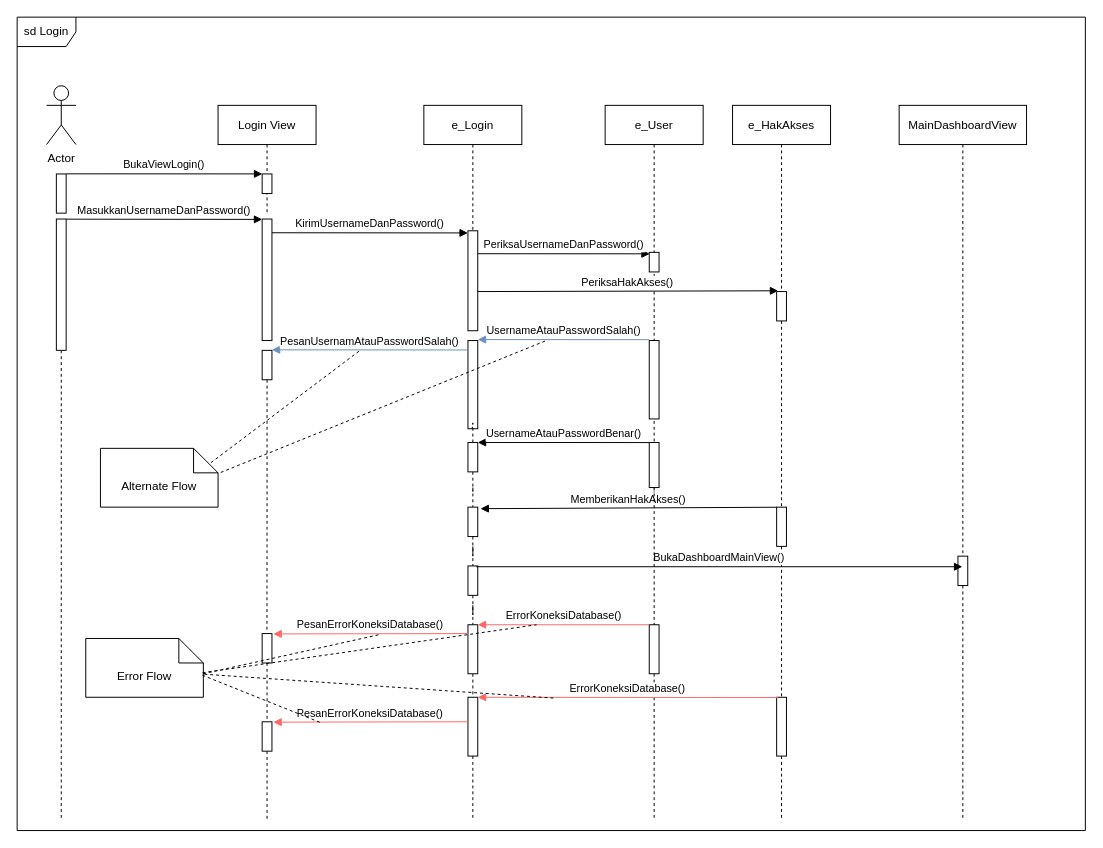
The draw.io diagram page "Login" (1 of 4) of Diagram Tanpa Judul.drawio in juanangelaalma/uml, before the edit. Source tidied: cells renumbered, new cells numbered last; positions are measured from the earlier drawing's top-left corner, leaving out a move shared by most shapes. Both pictures are drawn from the tidied source at 98%, with x=0, y=0 at pixel (17, 17).
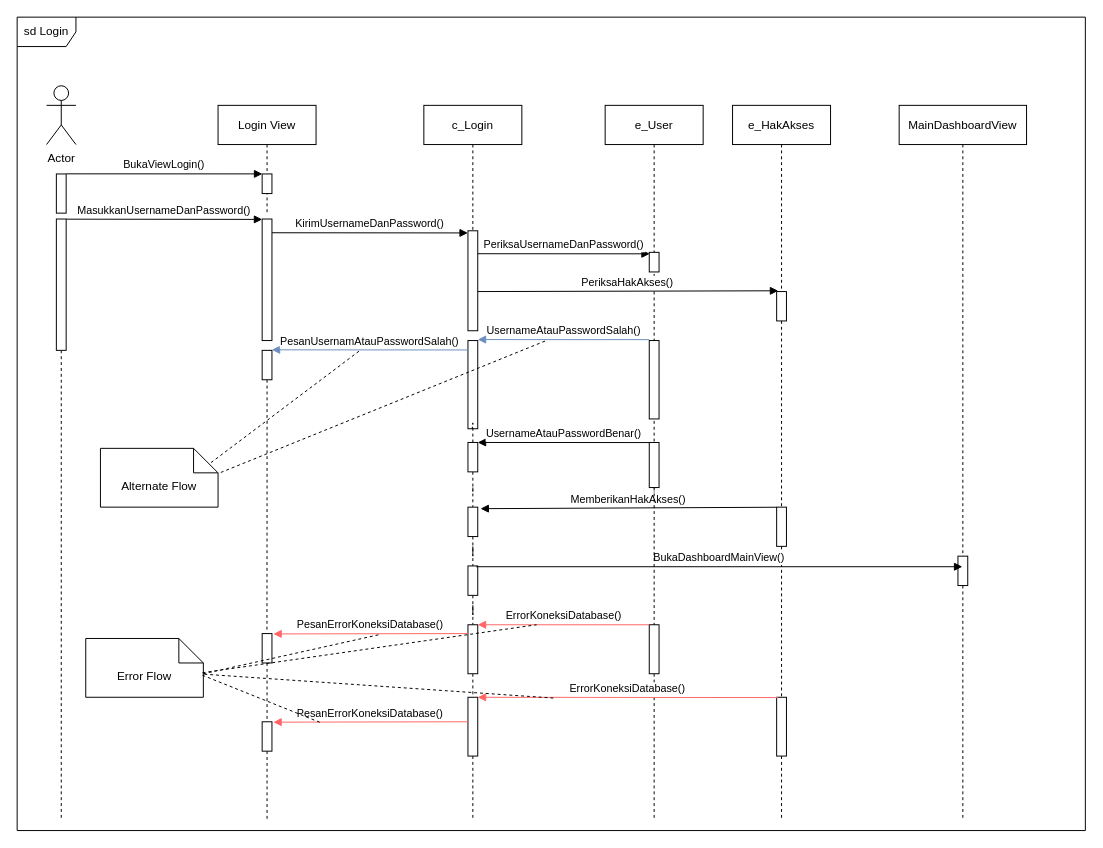
Above is the later version.

What changed in the source:
```diff
@@
-    <mxCell id="16" value="e_Login" style="shape=umlLifeline;perimeter=lifelinePerimeter;rounded=0;shadow=0;strokeWidth=1;" parent="1" vertex="1">
+    <mxCell id="16" value="c_Login" style="shape=umlLifeline;perimeter=lifelinePerimeter;rounded=0;shadow=0;strokeWidth=1;" parent="1" vertex="1">
       <mxGeometry x="415" y="90" width="100" height="130" as="geometry" />
     </mxCell>
```
